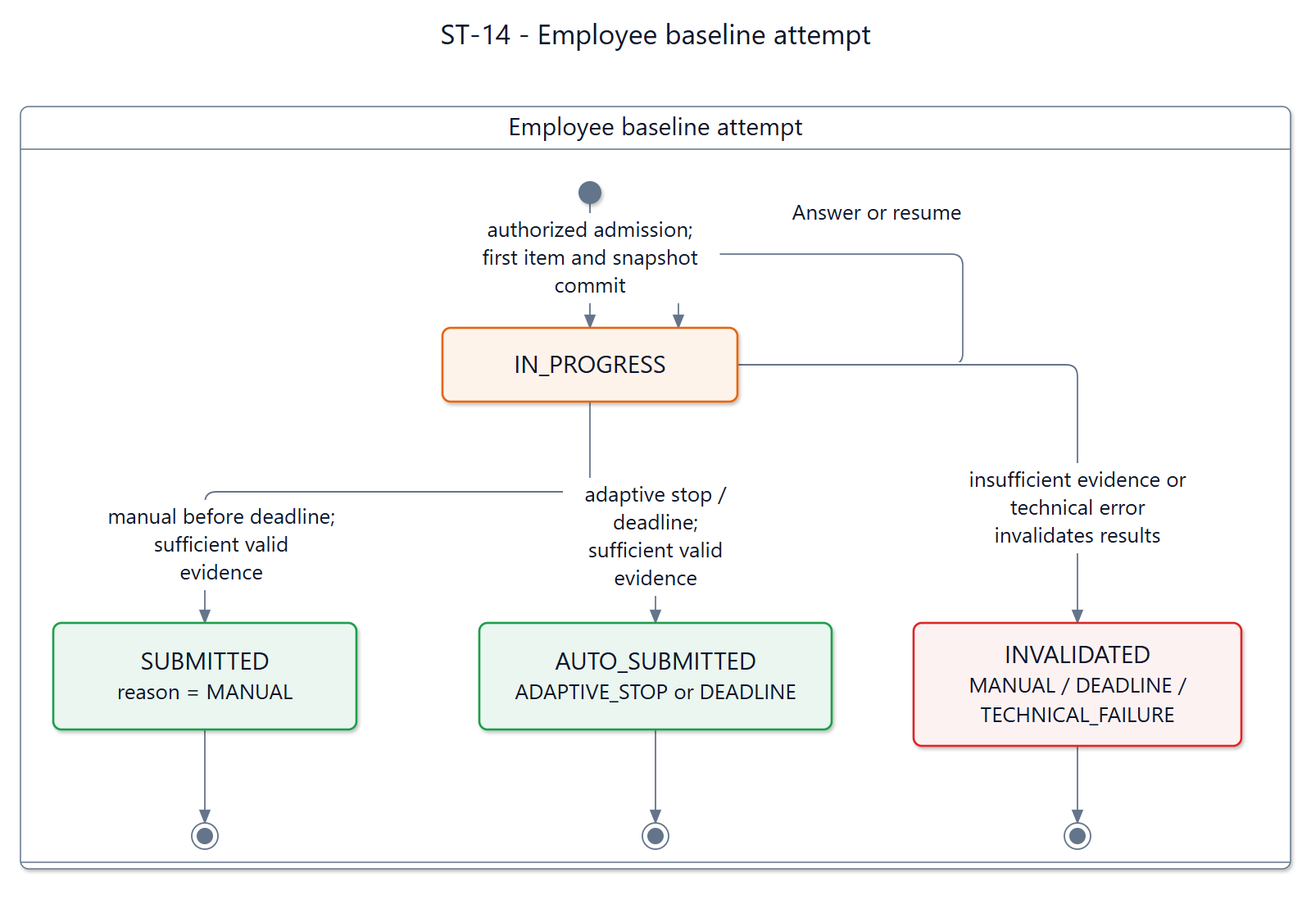
Above: documents/diagrams/mermaid/st-14.png in SEP490-Fall-2026-GFA26SE64/SEP490 (Mermaid), before the change. Its source is kept beside it as documents/diagrams/mermaid/st-14.mmd. Its diagram source:
```mermaid
---
title: "ST-14 - Employee baseline attempt"
config: {"theme":"base","fontFamily":"Segoe UI, Arial, sans-serif","themeVariables":{"fontFamily":"Segoe UI, Arial, sans-serif","fontSize":"16px","primaryColor":"#ffffff","primaryTextColor":"#0f1729","primaryBorderColor":"#64748b","secondaryColor":"#fef3eb","tertiaryColor":"#ffffff","lineColor":"#64748b","textColor":"#0f1729","mainBkg":"#ffffff","background":"#ffffff","clusterBkg":"#ffffff","clusterBorder":"#64748b","edgeLabelBackground":"#ffffff","titleColor":"#0f1729","noteBkgColor":"#fef3eb","noteTextColor":"#0f1729","noteBorderColor":"#e6650f","labelColor":"#0f1729","compositeBackground":"#ffffff","compositeTitleBackground":"#ffffff","compositeBorder":"#64748b","altBackground":"#ffffff","nodeBorder":"#64748b","nodeTextColor":"#0f1729","cScale0":"#ffffff","cScaleLabel0":"#0f1729","cScale1":"#ffffff","cScaleLabel1":"#0f1729","cScale2":"#ffffff","cScaleLabel2":"#0f1729","cScale3":"#ffffff","cScaleLabel3":"#0f1729","cScale4":"#ffffff","cScaleLabel4":"#0f1729","cScale5":"#ffffff","cScaleLabel5":"#0f1729","cScale6":"#ffffff","cScaleLabel6":"#0f1729","cScale7":"#ffffff","cScaleLabel7":"#0f1729","cScale8":"#ffffff","cScaleLabel8":"#0f1729","cScale9":"#ffffff","cScaleLabel9":"#0f1729","cScale10":"#ffffff","cScaleLabel10":"#0f1729","cScale11":"#ffffff","cScaleLabel11":"#0f1729","secondaryBorderColor":"#64748b","tertiaryBorderColor":"#64748b","secondaryTextColor":"#0f1729","tertiaryTextColor":"#0f1729"},"state":{"nodeSpacing":42,"rankSpacing":64,"padding":16,"fontSize":16,"wrappingWidth":250}}
---
stateDiagram-v2
  state "Employee baseline attempt" as Group0 {
    state "IN_PROGRESS" as progress
    state "SUBMITTED<br/>reason = MANUAL" as submitted
    state "AUTO_SUBMITTED<br/>ADAPTIVE_STOP or DEADLINE" as auto
    state "INVALIDATED<br/>MANUAL / DEADLINE /<br/>TECHNICAL_FAILURE" as invalid
    [*] --> progress : authorized admission; first item and snapshot commit
    progress --> progress : Answer or resume
    progress --> submitted : manual before deadline; sufficient valid evidence
    progress --> auto : adaptive stop / deadline; sufficient valid evidence
    progress --> invalid : insufficient evidence or technical error invalidates results
    submitted --> [*]
    auto --> [*]
    invalid --> [*]
  }
  classDef accepted fill:#eaf6ef,stroke:#1a9e4a,color:#0f1729,stroke-width:1.5px
  classDef attention fill:#fdf2f2,stroke:#dc2828,color:#0f1729,stroke-width:1.5px
  classDef working fill:#fef3eb,stroke:#e6650f,color:#0f1729,stroke-width:1.5px
  class progress working
  class submitted accepted
  class auto accepted
  class invalid attention
```
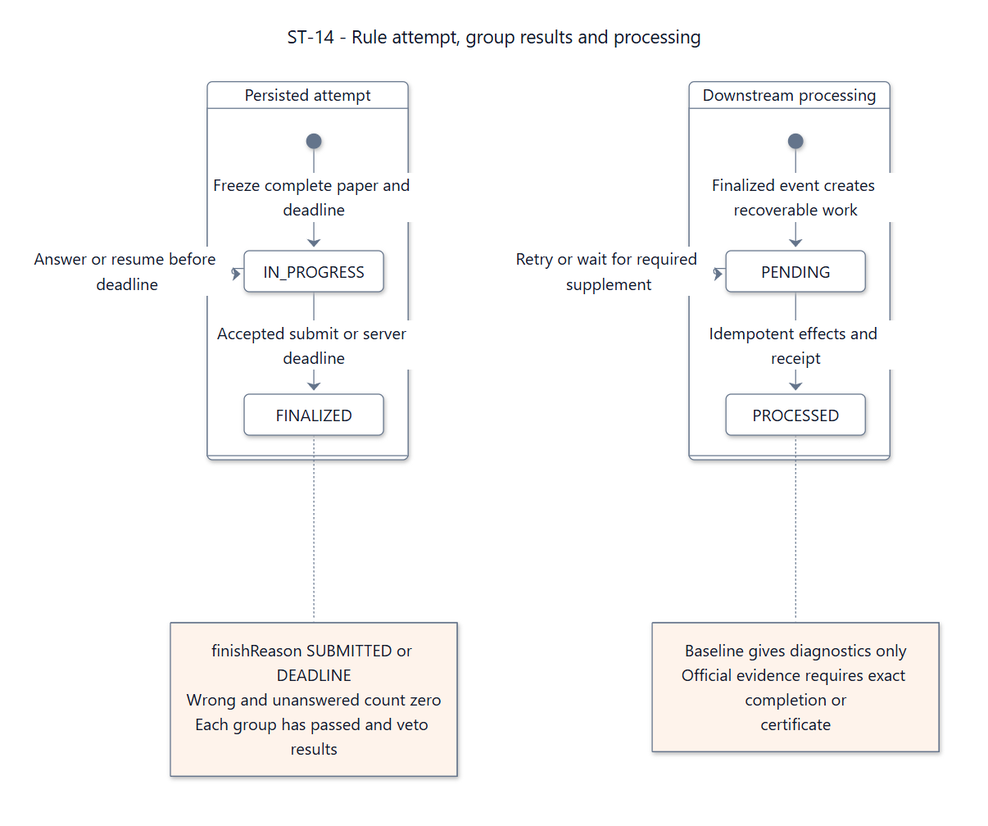
After the commit.

Diff of the diagram source:
```diff
@@ -1,26 +1,31 @@
 ---
-title: "ST-14 - Employee baseline attempt"
-config: {"theme":"base","fontFamily":"Segoe UI, Arial, sans-serif","themeVariables":{"fontFamily":"Segoe UI, Arial, sans-serif","fontSize":"16px","primaryColor":"#ffffff","primaryTextColor":"#0f1729","primaryBorderColor":"#64748b","secondaryColor":"#fef3eb","tertiaryColor":"#ffffff","lineColor":"#64748b","textColor":"#0f1729","mainBkg":"#ffffff","background":"#ffffff","clusterBkg":"#ffffff","clusterBorder":"#64748b","edgeLabelBackground":"#ffffff","titleColor":"#0f1729","noteBkgColor":"#fef3eb","noteTextColor":"#0f1729","noteBorderColor":"#e6650f","labelColor":"#0f1729","compositeBackground":"#ffffff","compositeTitleBackground":"#ffffff","compositeBorder":"#64748b","altBackground":"#ffffff","nodeBorder":"#64748b","nodeTextColor":"#0f1729","cScale0":"#ffffff","cScaleLabel0":"#0f1729","cScale1":"#ffffff","cScaleLabel1":"#0f1729","cScale2":"#ffffff","cScaleLabel2":"#0f1729","cScale3":"#ffffff","cScaleLabel3":"#0f1729","cScale4":"#ffffff","cScaleLabel4":"#0f1729","cScale5":"#ffffff","cScaleLabel5":"#0f1729","cScale6":"#ffffff","cScaleLabel6":"#0f1729","cScale7":"#ffffff","cScaleLabel7":"#0f1729","cScale8":"#ffffff","cScaleLabel8":"#0f1729","cScale9":"#ffffff","cScaleLabel9":"#0f1729","cScale10":"#ffffff","cScaleLabel10":"#0f1729","cScale11":"#ffffff","cScaleLabel11":"#0f1729","secondaryBorderColor":"#64748b","tertiaryBorderColor":"#64748b","secondaryTextColor":"#0f1729","tertiaryTextColor":"#0f1729"},"state":{"nodeSpacing":42,"rankSpacing":64,"padding":16,"fontSize":16,"wrappingWidth":250}}
+title: "ST-14 - Rule attempt, group results and processing"
+config: {"theme":"base","fontFamily":"Segoe UI, Arial, sans-serif","themeVariables":{"fontFamily":"Segoe UI, Arial, sans-serif","fontSize":"16px","primaryColor":"#ffffff","primaryTextColor":"#0f1729","primaryBorderColor":"#64748b","secondaryColor":"#fef3eb","tertiaryColor":"#ffffff","lineColor":"#64748b","textColor":"#0f1729","mainBkg":"#ffffff","background":"#ffffff","clusterBkg":"#ffffff","clusterBorder":"#64748b","edgeLabelBackground":"#ffffff","titleColor":"#0f1729","noteBkgColor":"#fef3eb","noteTextColor":"#0f1729","noteBorderColor":"#e6650f","labelColor":"#0f1729","compositeBackground":"#ffffff","compositeTitleBackground":"#ffffff","compositeBorder":"#64748b","altBackground":"#ffffff","nodeBorder":"#64748b","nodeTextColor":"#0f1729","cScale0":"#ffffff","cScaleLabel0":"#0f1729","cScale1":"#ffffff","cScaleLabel1":"#0f1729","cScale2":"#ffffff","cScaleLabel2":"#0f1729","cScale3":"#ffffff","cScaleLabel3":"#0f1729","cScale4":"#ffffff","cScaleLabel4":"#0f1729","cScale5":"#ffffff","cScaleLabel5":"#0f1729","cScale6":"#ffffff","cScaleLabel6":"#0f1729","cScale7":"#ffffff","cScaleLabel7":"#0f1729","cScale8":"#ffffff","cScaleLabel8":"#0f1729","cScale9":"#ffffff","cScaleLabel9":"#0f1729","cScale10":"#ffffff","cScaleLabel10":"#0f1729","cScale11":"#ffffff","cScaleLabel11":"#0f1729","secondaryBorderColor":"#64748b","tertiaryBorderColor":"#64748b","secondaryTextColor":"#0f1729","tertiaryTextColor":"#0f1729"},"state":{"nodeSpacing":42,"rankSpacing":64,"padding":16,"fontSize":16,"wrappingWidth":250},"look":"neo"}
 ---
+
 stateDiagram-v2
-  state "Employee baseline attempt" as Group0 {
+  direction TB
+  state "Persisted attempt" as Attempt {
     state "IN_PROGRESS" as progress
-    state "SUBMITTED<br/>reason = MANUAL" as submitted
-    state "AUTO_SUBMITTED<br/>ADAPTIVE_STOP or DEADLINE" as auto
-    state "INVALIDATED<br/>MANUAL / DEADLINE /<br/>TECHNICAL_FAILURE" as invalid
-    [*] --> progress : authorized admission; first item and snapshot commit
-    progress --> progress : Answer or resume
-    progress --> submitted : manual before deadline; sufficient valid evidence
-    progress --> auto : adaptive stop / deadline; sufficient valid evidence
-    progress --> invalid : insufficient evidence or technical error invalidates results
-    submitted --> [*]
-    auto --> [*]
-    invalid --> [*]
+    state "FINALIZED" as finalized
+    [*] --> progress : Freeze complete paper and deadline
+    progress --> progress : Answer or resume before deadline
+    progress --> finalized : Accepted submit or server deadline
   }
-  classDef accepted fill:#eaf6ef,stroke:#1a9e4a,color:#0f1729,stroke-width:1.5px
-  classDef attention fill:#fdf2f2,stroke:#dc2828,color:#0f1729,stroke-width:1.5px
-  classDef working fill:#fef3eb,stroke:#e6650f,color:#0f1729,stroke-width:1.5px
-  class progress working
-  class submitted accepted
-  class auto accepted
-  class invalid attention
+  state "Downstream processing" as Processing {
+    state "PENDING" as pending
+    state "PROCESSED" as processed
+    [*] --> pending : Finalized event creates recoverable work
+    pending --> pending : Retry or wait for required supplement
+    pending --> processed : Idempotent effects and receipt
+  }
+  note right of finalized
+    finishReason SUBMITTED or DEADLINE
+    Wrong and unanswered count zero
+    Each group has passed and veto results
+  end note
+  note right of processed
+    Baseline gives diagnostics only
+    Official evidence requires exact completion or
+    certificate
+  end note
```
